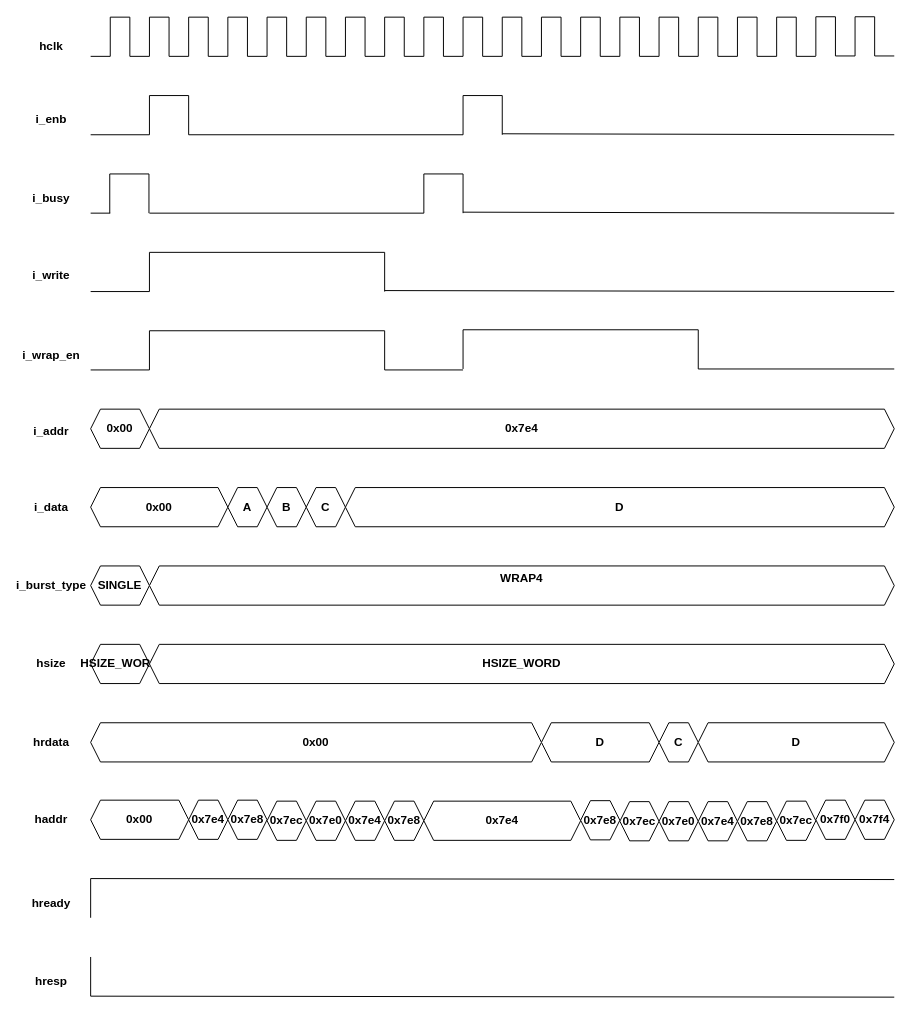
Before: page "WRAP4" (16 of 19) of AMBA AHB.drawio in 106210049/AMBA-AHB, a draw.io diagram. Source tidied: cells renumbered, new cells numbered last; positions are measured from the earlier drawing's top-left corner, leaving out a move shared by most shapes. Both pictures are drawn from the tidied source at 98%, with x=0, y=0 at pixel (22, 17).
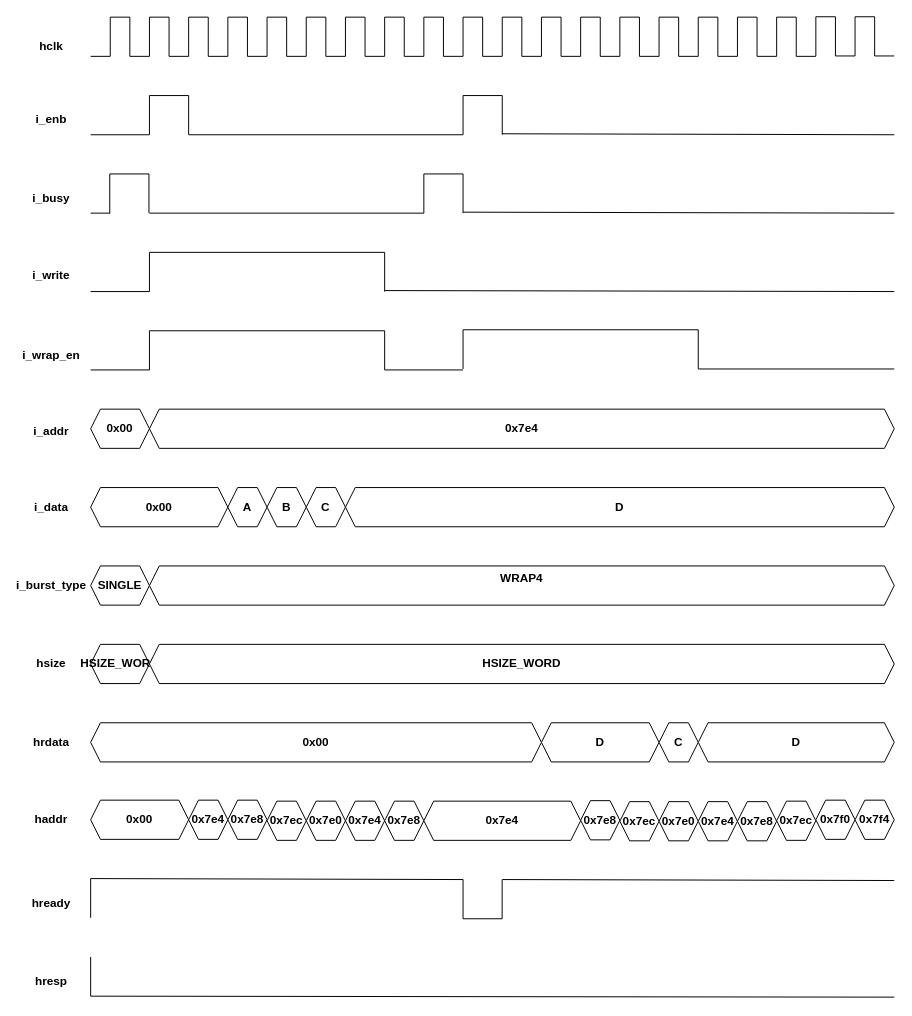
Above is the later version.

What changed in the source:
```diff
@@
     <mxCell id="126" style="endArrow=none;html=1;rounded=0;" parent="1" edge="1">
       <mxGeometry relative="1" as="geometry">
         <mxPoint x="70" y="879" as="sourcePoint" />
-        <mxPoint x="890" y="880" as="targetPoint" />
+        <mxPoint x="450" y="880" as="targetPoint" />
       </mxGeometry>
     </mxCell>
@@
+    <mxCell id="163" style="endArrow=none;html=1;rounded=0;" parent="1" edge="1">
+      <mxGeometry relative="1" as="geometry">
+        <mxPoint x="450" y="920" as="sourcePoint" />
+        <mxPoint x="450" y="880" as="targetPoint" />
+      </mxGeometry>
+    </mxCell>
+    <mxCell id="164" style="endArrow=none;html=1;rounded=0;" parent="1" edge="1">
+      <mxGeometry relative="1" as="geometry">
+        <mxPoint x="450" y="920" as="sourcePoint" />
+        <mxPoint x="490" y="920" as="targetPoint" />
+      </mxGeometry>
+    </mxCell>
+    <mxCell id="165" style="endArrow=none;html=1;rounded=0;" parent="1" edge="1">
+      <mxGeometry relative="1" as="geometry">
+        <mxPoint x="489.9" y="920" as="sourcePoint" />
+        <mxPoint x="489.9" y="880" as="targetPoint" />
+      </mxGeometry>
+    </mxCell>
+    <mxCell id="166" style="endArrow=none;html=1;rounded=0;" parent="1" edge="1">
+      <mxGeometry relative="1" as="geometry">
+        <mxPoint x="490" y="880" as="sourcePoint" />
+        <mxPoint x="890" y="881" as="targetPoint" />
+      </mxGeometry>
+    </mxCell>
```
